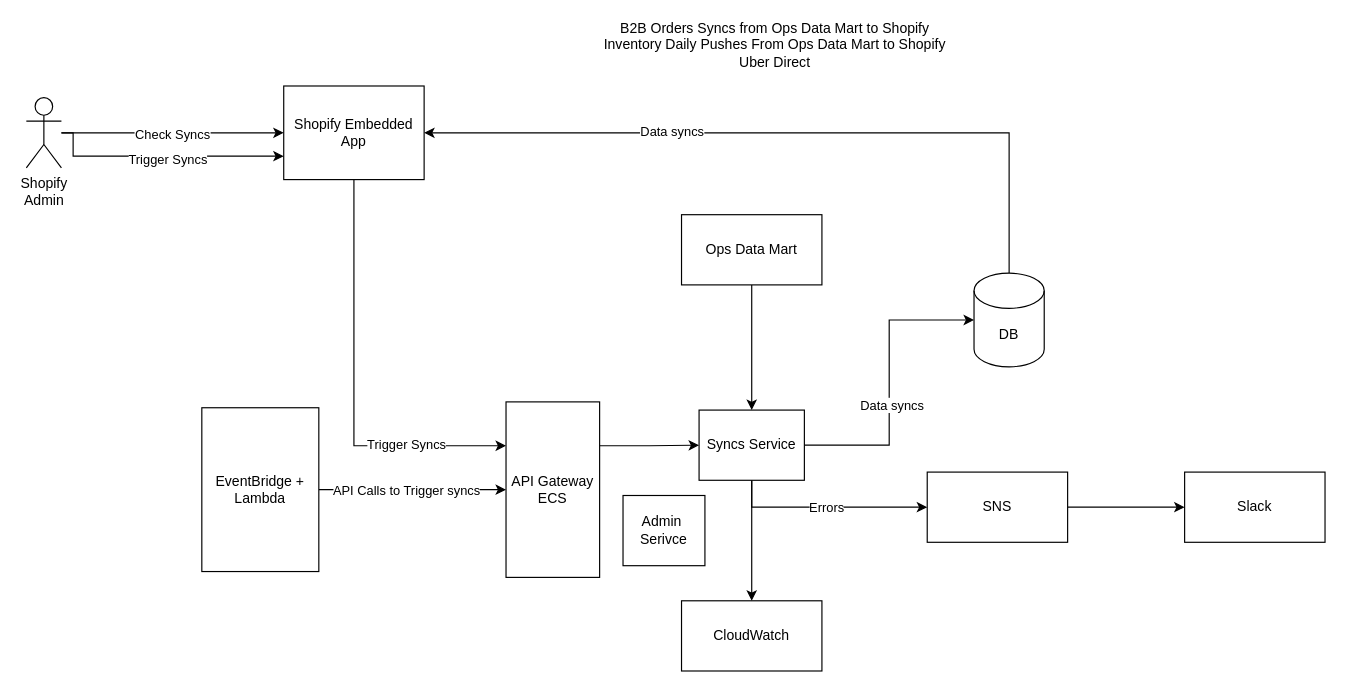
Before: page "Shopify app and syncs" (1 of 3) of Everytable_Draft_Diagrams.drawio in alexrsunrise/diagrams, a draw.io diagram. Source tidied: cells renumbered, new cells numbered last; positions are measured from the earlier drawing's top-left corner, leaving out a move shared by most shapes. Both pictures are drawn from the tidied source at 117%, with x=0, y=0 at pixel (26, 27).
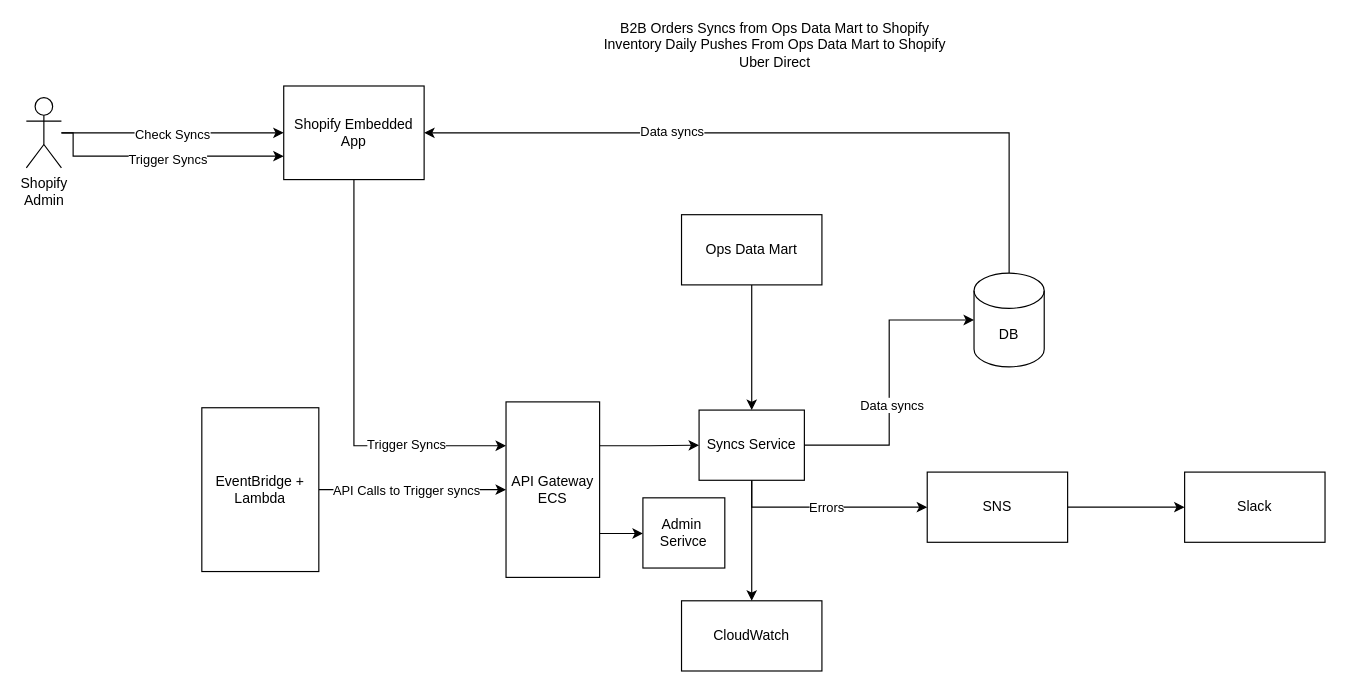
After the change.

Unchanged cells that the change refers to:
```xml
<mxCell id="6" value="API Gateway ECS" style="rounded=0;whiteSpace=wrap;html=1;" parent="1" vertex="1">
  <mxGeometry x="410" y="320" width="80" height="150" as="geometry" />
</mxCell>
```

What changed in the source:
```diff
@@
+    <mxCell id="32" style="edgeStyle=orthogonalEdgeStyle;rounded=0;jettySize=auto;html=1;exitX=1;exitY=0.75;exitDx=0;exitDy=0;entryX=0;entryY=0.5;entryDx=0;entryDy=0;" parent="1" edge="1" source="6" target="31">
+      <mxGeometry relative="1" as="geometry" />
+    </mxCell>
@@
     <mxCell id="31" value="Admin&amp;nbsp;&lt;div&gt;Serivce&lt;/div&gt;" style="rounded=0;whiteSpace=wrap;html=1;" parent="1" vertex="1">
-      <mxGeometry x="510" y="400" width="70" height="60" as="geometry" />
+      <mxGeometry x="527" y="402" width="70" height="60" as="geometry" />
     </mxCell>
```
